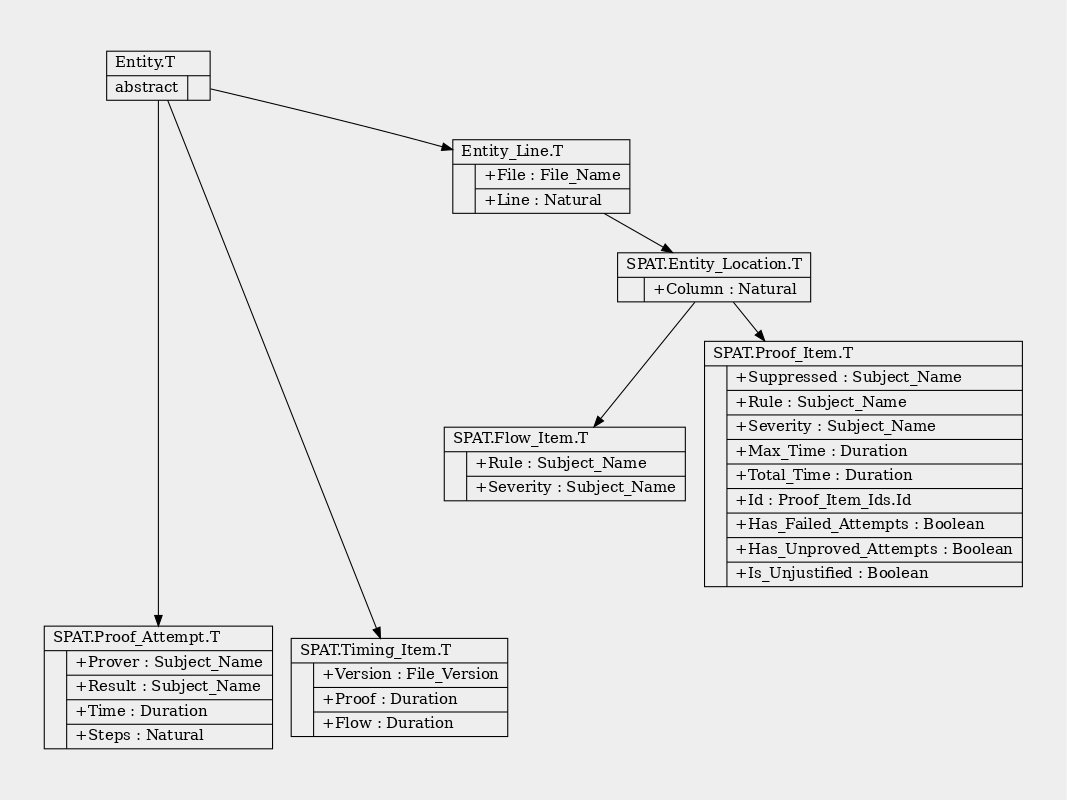
Before: doc/inheritance-tree.png, a diagram exported from Graphviz (HeisenbugLtd/spat). Its source is kept beside it as doc/inheritance-tree.dot.
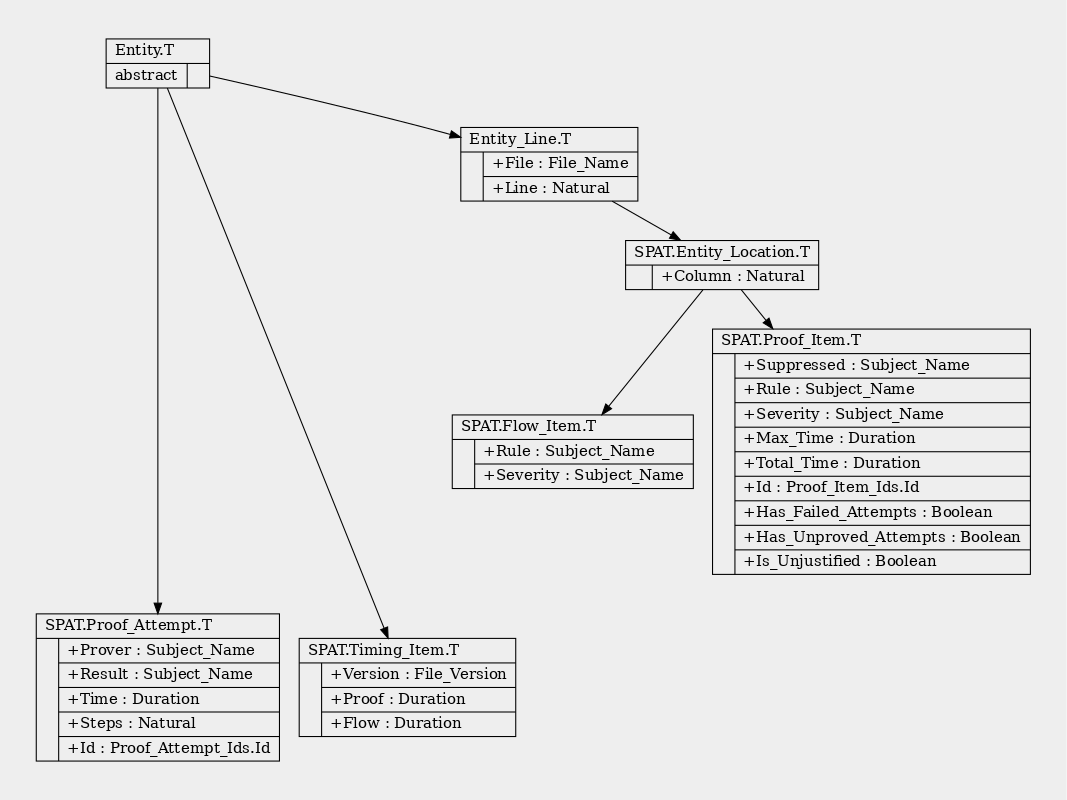
Later version of the same file.

Commit message:
* Gave proof attempts their own unique id to stabilize sorting.

What changed in the source:
```diff
@@ -11,7 +11,7 @@
   "SPAT.Entity_Location.T" [label="{SPAT.Entity_Location.T\l|{|{+Column : Natural\l}}}"];
   "SPAT.Flow_Item.T"       [label="{SPAT.Flow_Item.T\l|{|{+Rule : Subject_Name\l|+Severity : Subject_Name\l}}}"];
   "SPAT.Proof_Item.T"      [label="{SPAT.Proof_Item.T\l|{|{+Suppressed : Subject_Name\l|+Rule : Subject_Name\l|+Severity : Subject_Name\l|+Max_Time : Duration\l|+Total_Time : Duration\l|+Id : Proof_Item_Ids.Id\l|+Has_Failed_Attempts : Boolean\l|+Has_Unproved_Attempts : Boolean\l|+Is_Unjustified : Boolean\l}}}"];
-  "SPAT.Proof_Attempt.T"   [label="{SPAT.Proof_Attempt.T\l|{|{+Prover : Subject_Name\l|+Result : Subject_Name\l|+Time : Duration\l|+Steps : Natural\l}}}"];
+  "SPAT.Proof_Attempt.T"   [label="{SPAT.Proof_Attempt.T\l|{|{+Prover : Subject_Name\l|+Result : Subject_Name\l|+Time : Duration\l|+Steps : Natural\l|+Id : Proof_Attempt_Ids.Id}}}"];
   "SPAT.Timing_Item.T"     [label="{SPAT.Timing_Item.T\l|{|{+Version : File_Version\l|+Proof : Duration\l|+Flow : Duration\l}}}"];
 
 
```
